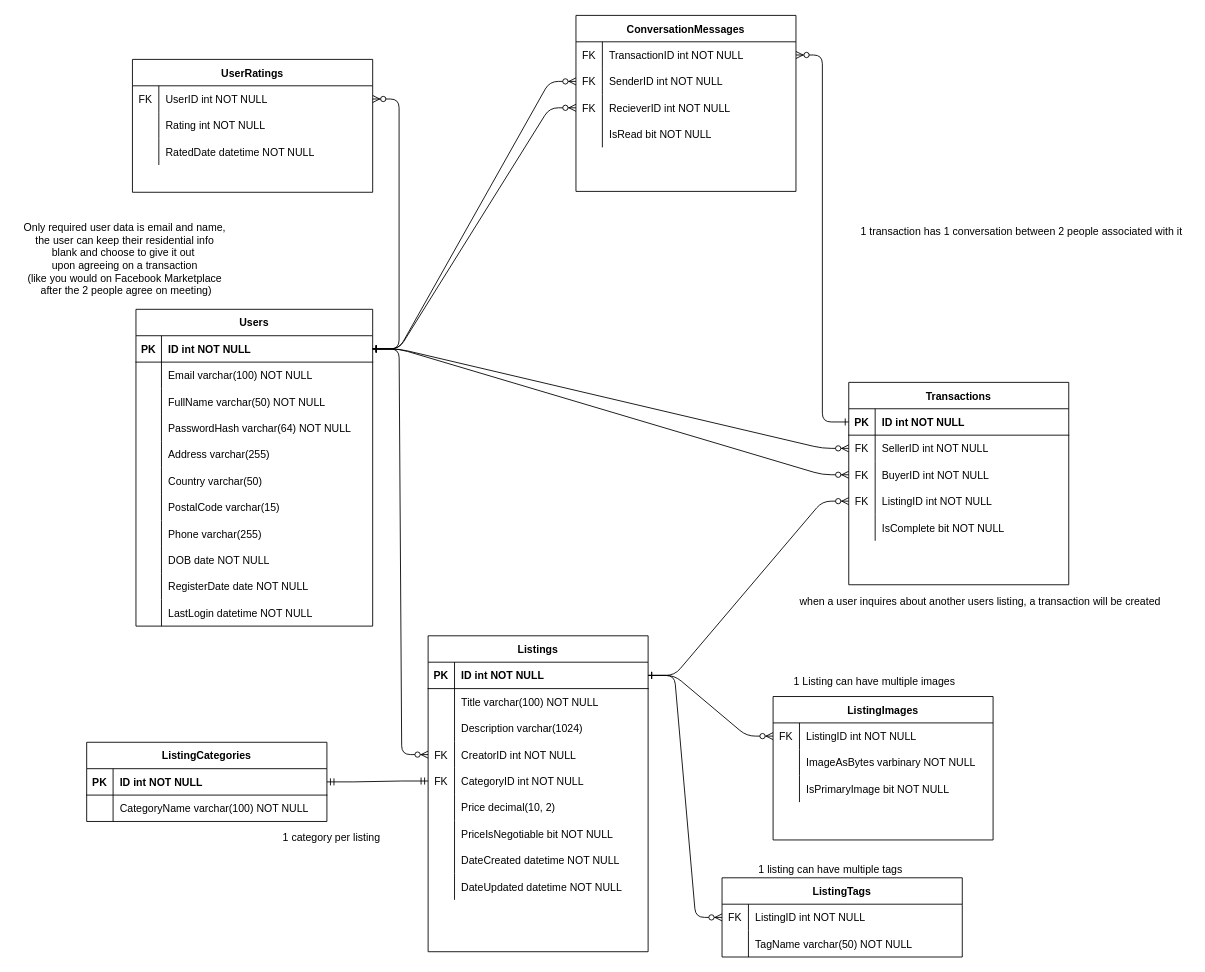
Above: diagrams/entity-relationship-diagram.drawio in ruskpr/marketio (draw.io), before the change. Source tidied: cells renumbered, new cells numbered last; positions are measured from the earlier drawing's top-left corner, leaving out a move shared by most shapes. Both pictures are drawn from the tidied source at 88%, with x=0, y=0 at pixel (15, 15).
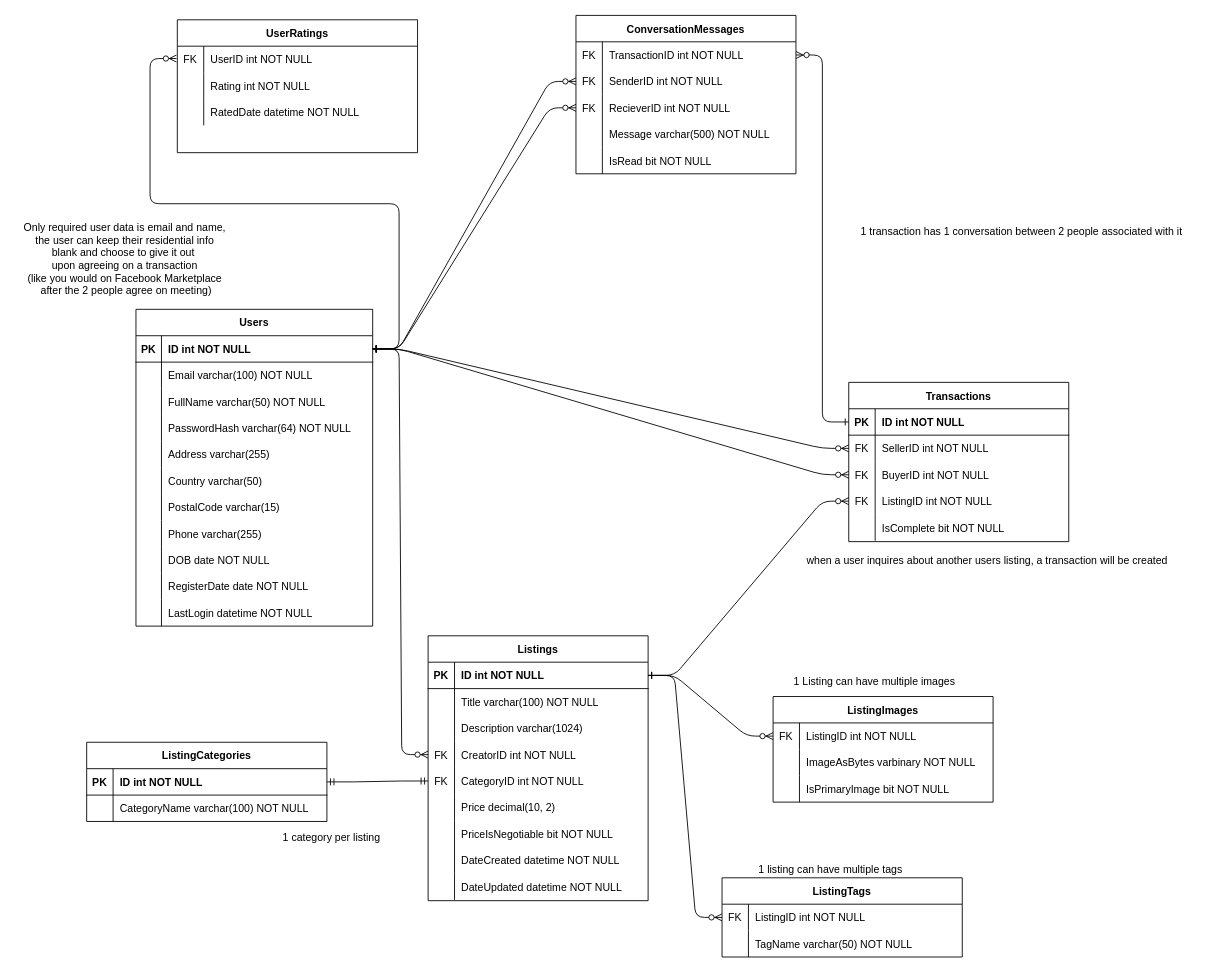
The same page after the edit.

Unchanged cells that the change refers to:
```xml
<mxCell id="48" style="shape=partialRectangle;fillColor=none;points=[[0,0.5],[1,0.5]];portConstraint=eastwest;top=0;left=0;right=0;bottom=1;" parent="47" vertex="1">
  <mxGeometry y="30" width="269" height="30" as="geometry" />
</mxCell>
<mxCell id="134" style="shape=partialRectangle;fillColor=none;points=[[0,0.5],[1,0.5]];portConstraint=eastwest;top=0;left=0;right=0;bottom=0;" parent="133" vertex="1">
  <mxGeometry y="30" width="273" height="30" as="geometry" />
</mxCell>
```

Diff of the diagram source:
```diff
@@
     <mxCell id="3" value="Transactions" style="shape=table;startSize=30;childLayout=tableLayout;rowLines=0;fontStyle=1;align=center;" parent="1" vertex="1">
-      <mxGeometry x="947" y="417" width="250" height="230" as="geometry" />
+      <mxGeometry x="947" y="417" width="250" height="181" as="geometry" />
     </mxCell>
@@
     <mxCell id="19" value="Listings" style="shape=table;startSize=30;childLayout=tableLayout;rowLines=0;fontStyle=1;align=center;" parent="1" vertex="1">
-      <mxGeometry x="469" y="705" width="250" height="359" as="geometry" />
+      <mxGeometry x="469" y="705" width="250" height="301" as="geometry" />
     </mxCell>
@@
     <mxCell id="83" value="ListingImages" style="shape=table;startSize=30;childLayout=tableLayout;rowLines=0;fontStyle=1;align=center;" parent="1" vertex="1">
-      <mxGeometry x="861" y="774" width="250" height="163" as="geometry" />
+      <mxGeometry x="861" y="774" width="250" height="120" as="geometry" />
     </mxCell>
@@
     <mxCell id="94" value="ConversationMessages" style="shape=table;startSize=30;childLayout=tableLayout;rowLines=0;fontStyle=1;align=center;" parent="1" vertex="1">
-      <mxGeometry x="637" width="250" height="200" as="geometry" />
+      <mxGeometry x="637" width="250" height="180" as="geometry" />
     </mxCell>
@@
+    <mxCell id="144" style="shape=partialRectangle;fillColor=none;top=0;left=0;right=0;bottom=0;" parent="94" vertex="1">
+      <mxGeometry y="120" width="250" height="30" as="geometry" />
+    </mxCell>
+    <mxCell id="145" style="shape=partialRectangle;overflow=hidden;fillColor=none;top=0;left=0;bottom=0;right=0;" parent="144" vertex="1">
+      <mxGeometry width="30" height="30" as="geometry" />
+    </mxCell>
+    <mxCell id="146" value="Message varchar(500) NOT NULL" style="shape=partialRectangle;overflow=hidden;fillColor=none;top=0;left=0;bottom=0;right=0;align=left;spacingLeft=6;" parent="144" vertex="1">
+      <mxGeometry x="30" width="220" height="30" as="geometry" />
+    </mxCell>
     <mxCell id="104" style="shape=partialRectangle;fillColor=none;top=0;left=0;right=0;bottom=0;" parent="94" vertex="1">
-      <mxGeometry y="120" width="250" height="30" as="geometry" />
+      <mxGeometry y="150" width="250" height="30" as="geometry" />
     </mxCell>
@@
     <mxCell id="112" value="when a user inquires about another users listing, a transaction will be created" style="text;html=1;align=center;verticalAlign=middle;strokeColor=none;fillColor=none;" parent="1" vertex="1">
-      <mxGeometry x="882" y="653" width="428" height="26" as="geometry" />
+      <mxGeometry x="890" y="607" width="428" height="26" as="geometry" />
     </mxCell>
@@
     <mxCell id="133" value="UserRatings" style="shape=table;startSize=30;childLayout=tableLayout;rowLines=0;fontStyle=1;align=center;" parent="1" vertex="1">
-      <mxGeometry x="133" y="50" width="273" height="151" as="geometry" />
+      <mxGeometry x="184" y="5" width="273" height="151" as="geometry" />
     </mxCell>
@@
-    <mxCell id="143" style="edgeStyle=entityRelationEdgeStyle;endArrow=ERzeroToMany;startArrow=ERone;endFill=1;startFill=0;entryX=1;entryY=0.5;entryDx=0;entryDy=0;exitX=1;exitY=0.5;exitDx=0;exitDy=0;" parent="1" edge="1" source="48" target="134">
-      <mxGeometry relative="1" as="geometry" />
+    <mxCell id="143" style="edgeStyle=entityRelationEdgeStyle;endArrow=ERzeroToMany;startArrow=ERone;endFill=1;startFill=0;exitX=1;exitY=0.5;exitDx=0;exitDy=0;" parent="1" edge="1" source="48">
+      <mxGeometry relative="1" as="geometry">
+        <mxPoint x="183" y="49" as="targetPoint" />
+      </mxGeometry>
     </mxCell>
```
